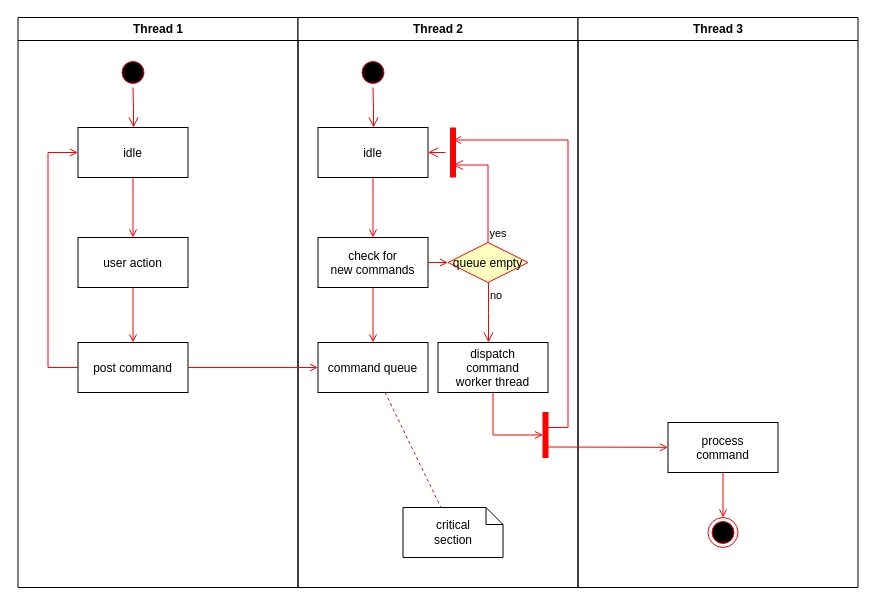
Before: Untitled Diagram.drawio in fraska20/Tugas4, a draw.io diagram. Source tidied: cells renumbered, new cells numbered last; positions are measured from the earlier drawing's top-left corner, leaving out a move shared by most shapes. Both pictures are drawn from the tidied source at 100%, with x=0, y=0 at pixel (17, 17).
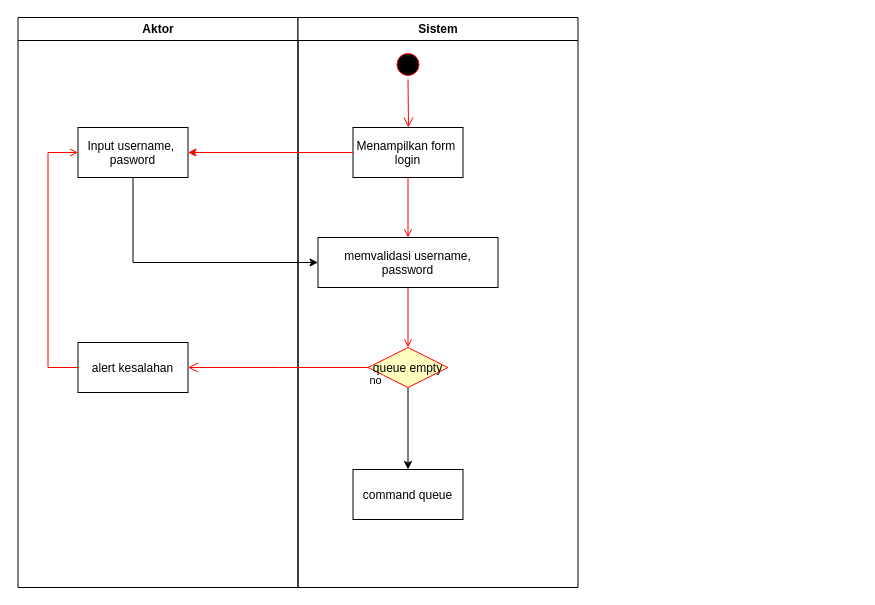
The same diagram, later.

Diff of the diagram source:
```diff
@@
-    <mxCell id="2" value="Thread 1" style="swimlane;whiteSpace=wrap;" parent="1" vertex="1">
+    <mxCell id="2" value="Aktor" style="swimlane;whiteSpace=wrap;" parent="1" vertex="1">
       <mxGeometry x="0.5" width="280" height="570" as="geometry" />
     </mxCell>
-    <mxCell id="3" style="ellipse;shape=startState;fillColor=#000000;strokeColor=#ff0000;" parent="2" vertex="1">
-      <mxGeometry x="100" y="40" width="30" height="30" as="geometry" />
-    </mxCell>
-    <mxCell id="4" style="edgeStyle=elbowEdgeStyle;elbow=horizontal;verticalAlign=bottom;endArrow=open;endSize=8;strokeColor=#FF0000;endFill=1;rounded=0;" parent="2" edge="1" source="3" target="5">
-      <mxGeometry x="100" y="40" as="geometry" />
-    </mxCell>
-    <mxCell id="5" value="idle" parent="2" vertex="1">
+    <mxCell id="5" value="Input username, &#10;pasword" parent="2" vertex="1">
       <mxGeometry x="60" y="110" width="110" height="50" as="geometry" />
     </mxCell>
-    <mxCell id="6" value="user action" parent="2" vertex="1">
-      <mxGeometry x="60" y="220" width="110" height="50" as="geometry" />
-    </mxCell>
-    <mxCell id="7" style="endArrow=open;strokeColor=#FF0000;endFill=1;rounded=0;" parent="2" edge="1" source="5" target="6">
-      <mxGeometry relative="1" as="geometry" />
-    </mxCell>
-    <mxCell id="8" value="post command" parent="2" vertex="1">
+    <mxCell id="8" value="alert kesalahan" parent="2" vertex="1">
       <mxGeometry x="60" y="325" width="110" height="50" as="geometry" />
     </mxCell>
-    <mxCell id="9" style="endArrow=open;strokeColor=#FF0000;endFill=1;rounded=0;" parent="2" edge="1" source="6" target="8">
-      <mxGeometry relative="1" as="geometry" />
-    </mxCell>
@@
-    <mxCell id="11" value="Thread 2" style="swimlane;whiteSpace=wrap;" parent="1" vertex="1">
+    <mxCell id="11" value="Sistem" style="swimlane;whiteSpace=wrap;" parent="1" vertex="1">
       <mxGeometry x="280.5" width="280" height="570" as="geometry" />
     </mxCell>
     <mxCell id="12" style="ellipse;shape=startState;fillColor=#000000;strokeColor=#ff0000;" parent="11" vertex="1">
-      <mxGeometry x="60" y="40" width="30" height="30" as="geometry" />
+      <mxGeometry x="95" y="32" width="30" height="30" as="geometry" />
     </mxCell>
-    <mxCell id="13" style="edgeStyle=elbowEdgeStyle;elbow=horizontal;verticalAlign=bottom;endArrow=open;endSize=8;strokeColor=#FF0000;endFill=1;rounded=0;" parent="11" edge="1" source="12" target="14">
+    <mxCell id="13" style="edgeStyle=elbowEdgeStyle;elbow=horizontal;verticalAlign=bottom;endArrow=open;endSize=8;strokeColor=#FF0000;endFill=1;rounded=0;entryX=0.5;entryY=0;entryDx=0;entryDy=0;" parent="11" edge="1" source="12" target="14">
       <mxGeometry x="40" y="20" as="geometry" />
     </mxCell>
-    <mxCell id="14" value="idle" parent="11" vertex="1">
-      <mxGeometry x="20" y="110" width="110" height="50" as="geometry" />
+    <mxCell id="14" value="Menampilkan form &#10;login" parent="11" vertex="1">
+      <mxGeometry x="55" y="110" width="110" height="50" as="geometry" />
     </mxCell>
-    <mxCell id="15" value="check for &#10;new commands" parent="11" vertex="1">
-      <mxGeometry x="20" y="220" width="110" height="50" as="geometry" />
+    <mxCell id="15" value="memvalidasi username, &#10;password" parent="11" vertex="1">
+      <mxGeometry x="20" y="220" width="180" height="50" as="geometry" />
     </mxCell>
@@
     <mxCell id="17" value="command queue" parent="11" vertex="1">
-      <mxGeometry x="20" y="325" width="110" height="50" as="geometry" />
+      <mxGeometry x="55" y="452" width="110" height="50" as="geometry" />
     </mxCell>
-    <mxCell id="18" style="endArrow=open;strokeColor=#FF0000;endFill=1;rounded=0;" parent="11" edge="1" source="15" target="17">
-      <mxGeometry relative="1" as="geometry" />
-    </mxCell>
+    <mxCell id="37" style="edgeStyle=orthogonalEdgeStyle;rounded=0;jettySize=auto;html=1;exitX=0.5;exitY=1;exitDx=0;exitDy=0;entryX=0.5;entryY=0;entryDx=0;entryDy=0;" parent="11" edge="1" source="19" target="17">
+      <mxGeometry relative="1" as="geometry" />
+    </mxCell>
     <mxCell id="19" value="queue empty" style="rhombus;fillColor=#ffffc0;strokeColor=#ff0000;" parent="11" vertex="1">
-      <mxGeometry x="150" y="225" width="80" height="40" as="geometry" />
+      <mxGeometry x="70" y="330" width="80" height="40" as="geometry" />
     </mxCell>
-    <mxCell id="20" value="yes" style="edgeStyle=elbowEdgeStyle;elbow=horizontal;align=left;verticalAlign=bottom;endArrow=open;endSize=8;strokeColor=#FF0000;exitX=0.5;exitY=0;endFill=1;rounded=0;entryX=0.75;entryY=0.5;entryPerimeter=0;" parent="11" edge="1" source="19" target="23">
-      <mxGeometry x="-1" relative="1" as="geometry">
-        <Array as="points">
-          <mxPoint x="190" y="180" />
-        </Array>
-      </mxGeometry>
-    </mxCell>
+    <mxCell id="22" style="endArrow=open;strokeColor=#FF0000;endFill=1;rounded=0;exitX=0.5;exitY=1;exitDx=0;exitDy=0;" parent="11" edge="1" source="15" target="19">
+      <mxGeometry relative="1" as="geometry" />
+    </mxCell>
+    <mxCell id="38" style="edgeStyle=orthogonalEdgeStyle;rounded=0;jettySize=auto;html=1;exitX=0;exitY=0.5;exitDx=0;exitDy=0;fillColor=#a20025;strokeColor=#ff0000;" parent="1" edge="1" source="14" target="5">
+      <mxGeometry relative="1" as="geometry" />
+    </mxCell>
+    <mxCell id="39" style="edgeStyle=orthogonalEdgeStyle;rounded=0;jettySize=auto;html=1;entryX=0;entryY=0.5;entryDx=0;entryDy=0;" parent="1" edge="1" source="5" target="15">
+      <mxGeometry relative="1" as="geometry">
+        <Array as="points">
+          <mxPoint x="116" y="245" />
+        </Array>
+      </mxGeometry>
+    </mxCell>
-    <mxCell id="21" value="no" style="edgeStyle=elbowEdgeStyle;elbow=horizontal;align=left;verticalAlign=top;endArrow=open;endSize=8;strokeColor=#FF0000;endFill=1;rounded=0;" parent="11" edge="1" source="19" target="25">
+    <mxCell id="21" value="no" style="edgeStyle=elbowEdgeStyle;elbow=horizontal;align=left;verticalAlign=top;endArrow=open;endSize=8;strokeColor=#FF0000;endFill=1;rounded=0;entryX=1;entryY=0.5;entryDx=0;entryDy=0;" parent="1" edge="1" source="19" target="8">
       <mxGeometry x="-1" relative="1" as="geometry" />
     </mxCell>
-    <mxCell id="22" style="endArrow=open;strokeColor=#FF0000;endFill=1;rounded=0;" parent="11" edge="1" source="15" target="19">
-      <mxGeometry relative="1" as="geometry" />
-    </mxCell>
-    <mxCell id="23" style="shape=line;strokeWidth=6;strokeColor=#ff0000;rotation=90;" parent="11" vertex="1">
-      <mxGeometry x="130" y="127.5" width="50" height="15" as="geometry" />
-    </mxCell>
-    <mxCell id="24" style="edgeStyle=elbowEdgeStyle;elbow=horizontal;verticalAlign=bottom;endArrow=open;endSize=8;strokeColor=#FF0000;endFill=1;rounded=0;" parent="11" edge="1" source="23" target="14">
-      <mxGeometry x="130" y="90" as="geometry" />
-    </mxCell>
-    <mxCell id="25" value="dispatch&#10;command&#10;worker thread" parent="11" vertex="1">
-      <mxGeometry x="140" y="325" width="110" height="50" as="geometry" />
-    </mxCell>
-    <mxCell id="26" value="critical&#10;section" style="shape=note;whiteSpace=wrap;size=17;" parent="11" vertex="1">
-      <mxGeometry x="105" y="490" width="100" height="50" as="geometry" />
-    </mxCell>
-    <mxCell id="27" style="endArrow=none;strokeColor=#FF0000;endFill=0;rounded=0;dashed=1;" parent="11" edge="1" source="17" target="26">
-      <mxGeometry relative="1" as="geometry" />
-    </mxCell>
-    <mxCell id="28" style="whiteSpace=wrap;strokeColor=#FF0000;fillColor=#FF0000;" parent="11" vertex="1">
-      <mxGeometry x="245" y="395" width="5" height="45" as="geometry" />
-    </mxCell>
-    <mxCell id="29" style="edgeStyle=elbowEdgeStyle;elbow=horizontal;entryX=0;entryY=0.5;strokeColor=#FF0000;endArrow=open;endFill=1;rounded=0;" parent="11" edge="1" source="25" target="28">
-      <mxGeometry relative="1" as="geometry">
-        <Array as="points">
-          <mxPoint x="195" y="400" />
-        </Array>
-      </mxGeometry>
-    </mxCell>
-    <mxCell id="30" value="Thread 3" style="swimlane;whiteSpace=wrap;" parent="1" vertex="1">
-      <mxGeometry x="560.5" width="280" height="570" as="geometry" />
-    </mxCell>
-    <mxCell id="31" value="process&#10;command" parent="30" vertex="1">
-      <mxGeometry x="90" y="405" width="110" height="50" as="geometry" />
-    </mxCell>
-    <mxCell id="32" style="edgeStyle=elbowEdgeStyle;elbow=horizontal;strokeColor=#FF0000;endArrow=open;endFill=1;rounded=0;entryX=0.25;entryY=0.5;entryPerimeter=0;" parent="30" edge="1" target="23">
-      <mxGeometry relative="1" as="geometry">
-        <mxPoint x="-30" y="410" as="sourcePoint" />
-        <Array as="points">
-          <mxPoint x="-10" y="135" />
-        </Array>
-      </mxGeometry>
-    </mxCell>
-    <mxCell id="33" style="edgeStyle=none;strokeColor=#FF0000;endArrow=open;endFill=1;rounded=0;" parent="30" edge="1" target="31">
-      <mxGeometry relative="1" as="geometry">
-        <mxPoint x="-30" y="429.5" as="sourcePoint" />
-      </mxGeometry>
-    </mxCell>
-    <mxCell id="34" style="ellipse;shape=endState;fillColor=#000000;strokeColor=#ff0000;" parent="30" vertex="1">
-      <mxGeometry x="130" y="500" width="30" height="30" as="geometry" />
-    </mxCell>
-    <mxCell id="35" style="endArrow=open;strokeColor=#FF0000;endFill=1;rounded=0;" parent="30" edge="1" source="31" target="34">
-      <mxGeometry relative="1" as="geometry" />
-    </mxCell>
-    <mxCell id="36" style="endArrow=open;strokeColor=#FF0000;endFill=1;rounded=0;" parent="1" edge="1" source="8" target="17">
-      <mxGeometry relative="1" as="geometry" />
-    </mxCell>
```
